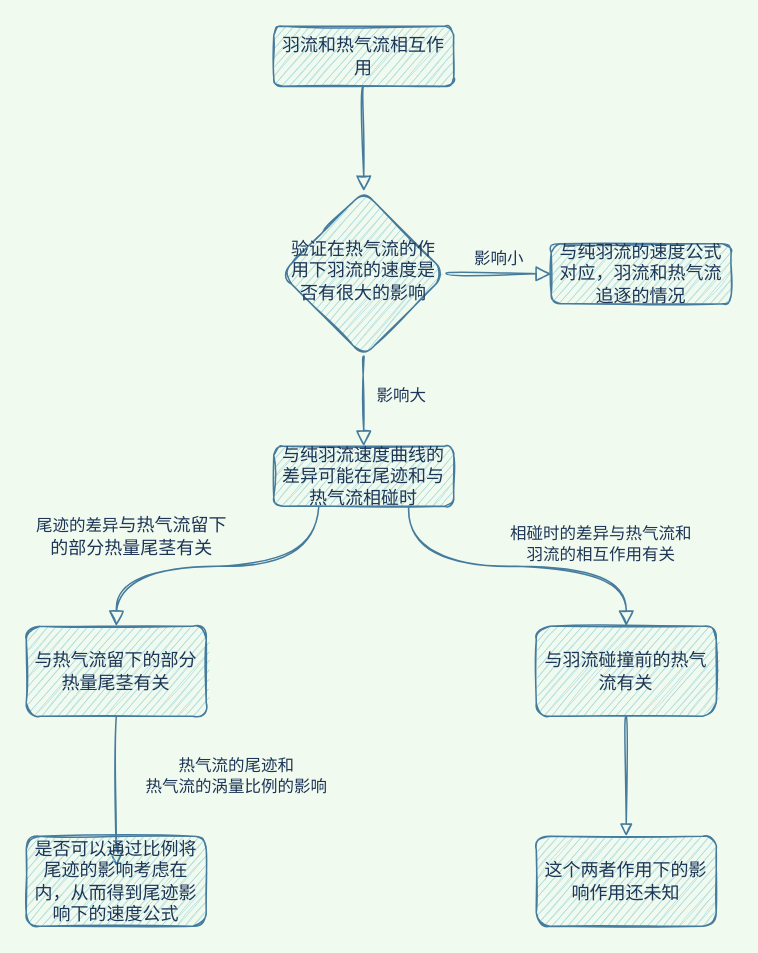
The draw.io diagram page "Page-1" (1 of 2) of 羽流.drawio in xinanla/drawio, before the edit. Source tidied: cells renumbered, new cells numbered last; positions are measured from the earlier drawing's top-left corner, leaving out a move shared by most shapes. Both pictures are drawn from the tidied source at 150%, with x=0, y=0 at pixel (26, 26).
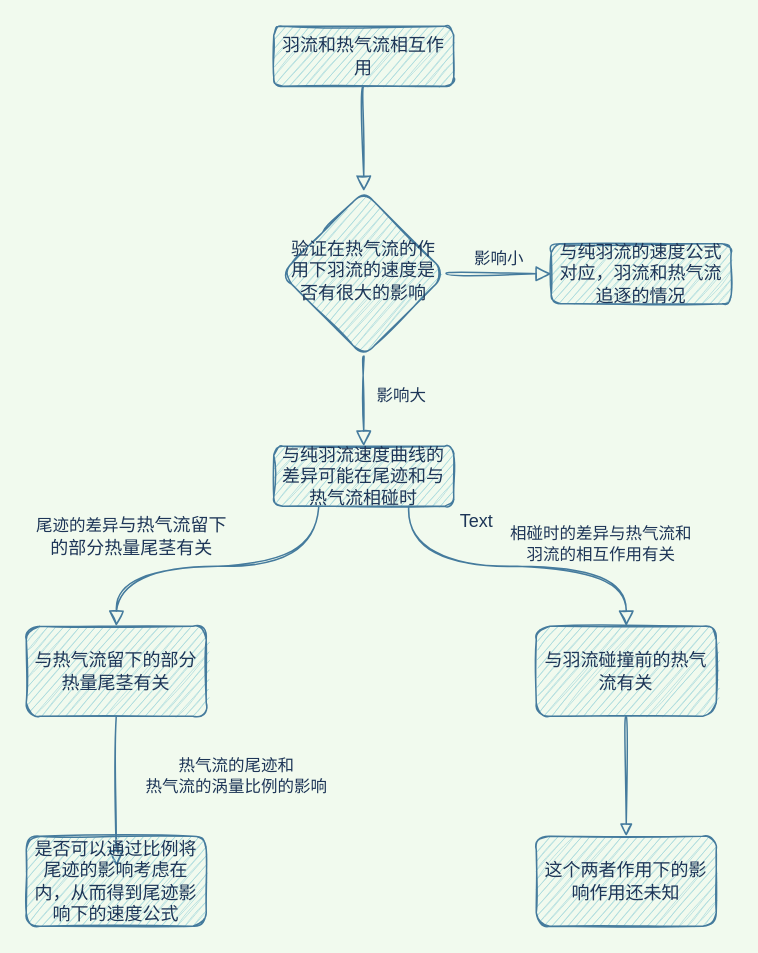
After the change.

Diff of the diagram source:
```diff
@@
+    <mxCell id="17" value="Text" style="text;html=1;align=center;verticalAlign=middle;strokeColor=none;fontColor=#1D3557;" parent="1" vertex="1">
+      <mxGeometry x="280" y="320" width="40" height="20" as="geometry" />
+    </mxCell>
```
